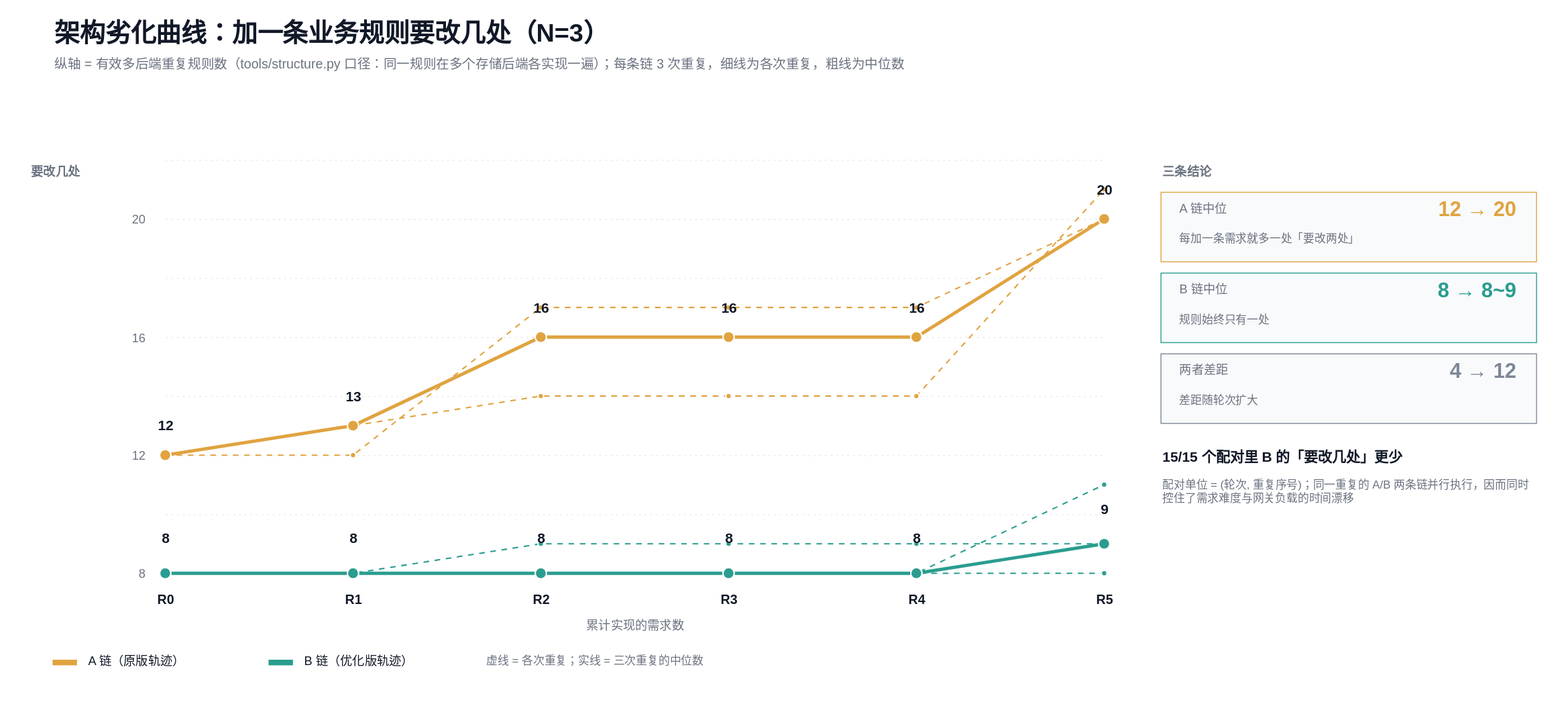
The draw.io diagram docs/figures/degradation-curve.drawio.svg in TheaDust/modi-agent, before a commit. Source tidied: cells renumbered, new cells last; positions are measured from the earlier drawing's top-left corner, leaving out a move shared by most shapes.
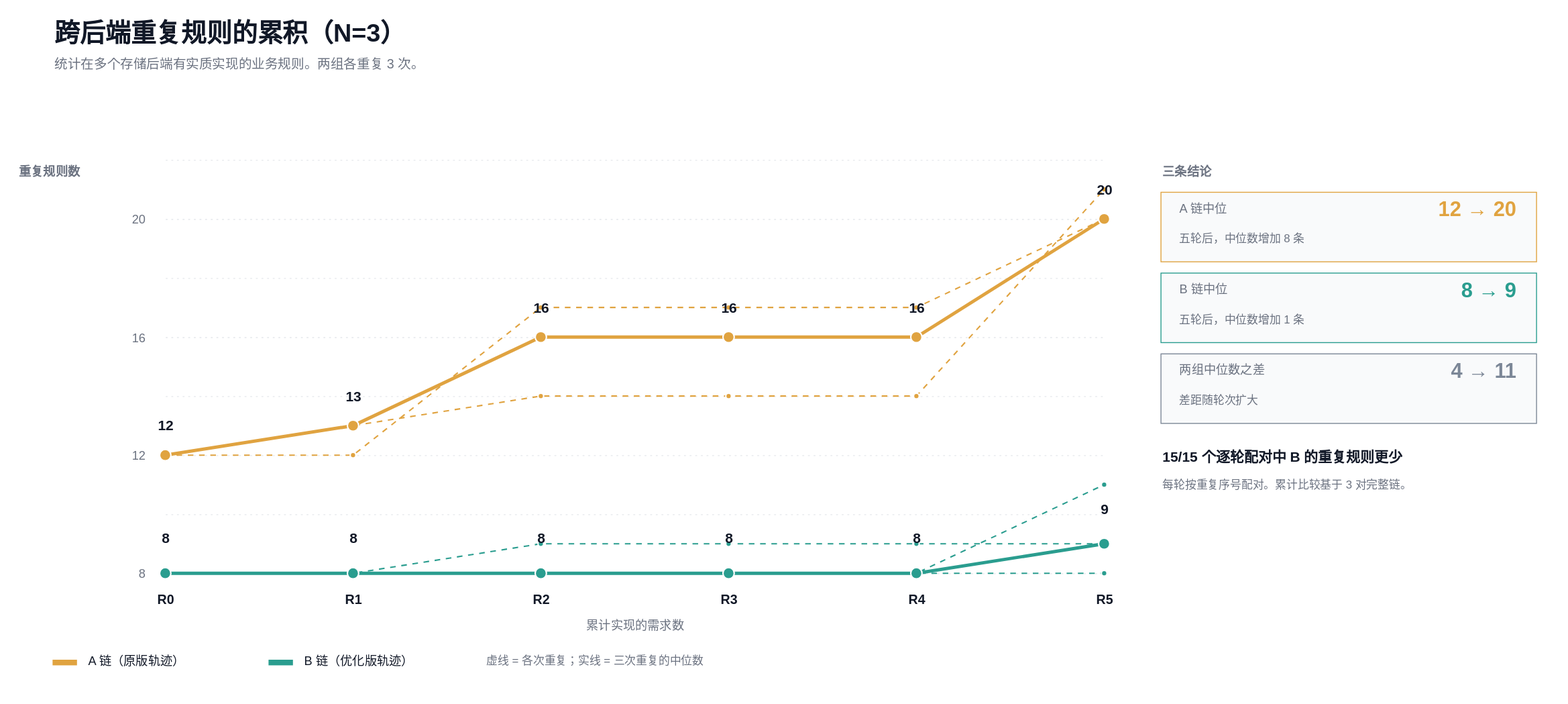
Above is the later version.

The edit, as a diff of the source:
```diff
@@ -2,10 +2,10 @@
   <root>
     <mxCell id="0" />
     <mxCell id="1" parent="0" />
-    <mxCell id="2" value="架构劣化曲线：加一条业务规则要改几处（N=3）" style="text;html=1;whiteSpace=wrap;align=left;verticalAlign=middle;fontSize=27;fontStyle=1;fontColor=#111827;" parent="1" vertex="1">
+    <mxCell id="2" value="跨后端重复规则的累积（N=3）" style="text;html=1;whiteSpace=wrap;align=left;verticalAlign=middle;fontSize=27;fontStyle=1;fontColor=#111827;" parent="1" vertex="1">
       <mxGeometry x="40" width="1300" height="38" as="geometry" />
     </mxCell>
-    <mxCell id="3" value="纵轴 = 有效多后端重复规则数（tools/structure.py 口径：同一规则在多个存储后端各实现一遍）；每条链 3 次重复，细线为各次重复，粗线为中位数" style="text;html=1;whiteSpace=wrap;align=left;verticalAlign=middle;fontSize=14;fontColor=#6B7280;" parent="1" vertex="1">
+    <mxCell id="3" value="统计在多个存储后端有实质实现的业务规则。两组各重复 3 次。" style="text;html=1;whiteSpace=wrap;align=left;verticalAlign=middle;fontSize=14;fontColor=#6B7280;" parent="1" vertex="1">
       <mxGeometry x="40" y="40" width="1500" height="24" as="geometry" />
     </mxCell>
     <mxCell id="4" style="endArrow=none;html=1;strokeColor=#E5E7EB;strokeWidth=1;dashed=1;dashPattern=2 4;" parent="1" edge="1">
@@ -68,7 +68,7 @@
         <mxPoint x="1160" y="154" as="targetPoint" />
       </mxGeometry>
     </mxCell>
-    <mxCell id="16" value="要改几处" style="text;html=1;align=right;verticalAlign=middle;fontSize=13;fontStyle=1;fontColor=#6B7280;" parent="1" vertex="1">
+    <mxCell id="16" value="重复规则数" style="text;html=1;align=right;verticalAlign=middle;fontSize=13;fontStyle=1;fontColor=#6B7280;" parent="1" vertex="1">
       <mxGeometry y="154" width="70" height="24" as="geometry" />
     </mxCell>
     <mxCell id="17" style="endArrow=none;html=1;rounded=0;strokeColor=#E0A340;strokeWidth=1.5;dashed=1;dashPattern=4 4;" parent="1" edge="1">
@@ -396,7 +396,7 @@
     <mxCell id="95" value="12 → 20" style="text;html=1;align=right;verticalAlign=middle;fontSize=22;fontStyle=1;fontColor=#E0A340;" parent="1" vertex="1">
       <mxGeometry x="1380" y="192" width="220" height="30" as="geometry" />
     </mxCell>
-    <mxCell id="96" value="每加一条需求就多一处「要改两处」" style="text;html=1;align=left;verticalAlign=middle;fontSize=12;fontColor=#6B7280;" parent="1" vertex="1">
+    <mxCell id="96" value="五轮后，中位数增加 8 条" style="text;html=1;align=left;verticalAlign=middle;fontSize=12;fontColor=#6B7280;" parent="1" vertex="1">
       <mxGeometry x="1238" y="226" width="364" height="24" as="geometry" />
     </mxCell>
     <mxCell id="97" style="rounded=0;html=1;fillColor=#F9FAFB;strokeColor=#2A9D8F;strokeWidth=1;" parent="1" vertex="1">
@@ -405,28 +405,28 @@
     <mxCell id="98" value="B 链中位" style="text;html=1;align=left;verticalAlign=middle;fontSize=13;fontColor=#6B7280;" parent="1" vertex="1">
       <mxGeometry x="1238" y="280" width="180" height="22" as="geometry" />
     </mxCell>
-    <mxCell id="99" value="8 → 8~9" style="text;html=1;align=right;verticalAlign=middle;fontSize=22;fontStyle=1;fontColor=#2A9D8F;" parent="1" vertex="1">
+    <mxCell id="99" value="8 → 9" style="text;html=1;align=right;verticalAlign=middle;fontSize=22;fontStyle=1;fontColor=#2A9D8F;" parent="1" vertex="1">
       <mxGeometry x="1380" y="278" width="220" height="30" as="geometry" />
     </mxCell>
-    <mxCell id="100" value="规则始终只有一处" style="text;html=1;align=left;verticalAlign=middle;fontSize=12;fontColor=#6B7280;" parent="1" vertex="1">
+    <mxCell id="100" value="五轮后，中位数增加 1 条" style="text;html=1;align=left;verticalAlign=middle;fontSize=12;fontColor=#6B7280;" parent="1" vertex="1">
       <mxGeometry x="1238" y="312" width="364" height="24" as="geometry" />
     </mxCell>
     <mxCell id="101" style="rounded=0;html=1;fillColor=#F9FAFB;strokeColor=#7C8797;strokeWidth=1;" parent="1" vertex="1">
       <mxGeometry x="1220" y="360" width="400" height="74" as="geometry" />
     </mxCell>
-    <mxCell id="102" value="两者差距" style="text;html=1;align=left;verticalAlign=middle;fontSize=13;fontColor=#6B7280;" parent="1" vertex="1">
+    <mxCell id="102" value="两组中位数之差" style="text;html=1;align=left;verticalAlign=middle;fontSize=13;fontColor=#6B7280;" parent="1" vertex="1">
       <mxGeometry x="1238" y="366" width="180" height="22" as="geometry" />
     </mxCell>
-    <mxCell id="103" value="4 → 12" style="text;html=1;align=right;verticalAlign=middle;fontSize=22;fontStyle=1;fontColor=#7C8797;" parent="1" vertex="1">
+    <mxCell id="103" value="4 → 11" style="text;html=1;align=right;verticalAlign=middle;fontSize=22;fontStyle=1;fontColor=#7C8797;" parent="1" vertex="1">
       <mxGeometry x="1380" y="364" width="220" height="30" as="geometry" />
     </mxCell>
     <mxCell id="104" value="差距随轮次扩大" style="text;html=1;align=left;verticalAlign=middle;fontSize=12;fontColor=#6B7280;" parent="1" vertex="1">
       <mxGeometry x="1238" y="398" width="364" height="24" as="geometry" />
     </mxCell>
-    <mxCell id="105" value="15/15 个配对里 B 的「要改几处」更少" style="text;html=1;align=left;verticalAlign=middle;fontSize=15;fontStyle=1;fontColor=#111827;" parent="1" vertex="1">
+    <mxCell id="105" value="15/15 个逐轮配对中 B 的重复规则更少" style="text;html=1;align=left;verticalAlign=middle;fontSize=15;fontStyle=1;fontColor=#111827;" parent="1" vertex="1">
       <mxGeometry x="1220" y="456" width="400" height="26" as="geometry" />
     </mxCell>
-    <mxCell id="106" value="配对单位 = (轮次, 重复序号)；同一重复的 A/B 两条链并行执行，因而同时控住了需求难度与网关负载的时间漂移" style="text;html=1;whiteSpace=wrap;align=left;verticalAlign=top;fontSize=12;fontColor=#6B7280;" parent="1" vertex="1">
+    <mxCell id="106" value="每轮按重复序号配对。累计比较基于 3 对完整链。" style="text;html=1;whiteSpace=wrap;align=left;verticalAlign=top;fontSize=12;fontColor=#6B7280;" parent="1" vertex="1">
       <mxGeometry x="1220" y="486" width="400" height="60" as="geometry" />
     </mxCell>
     <mxCell id="107" style="rounded=0;html=1;fillColor=#E0A340;strokeColor=none;" parent="1" vertex="1">
```
